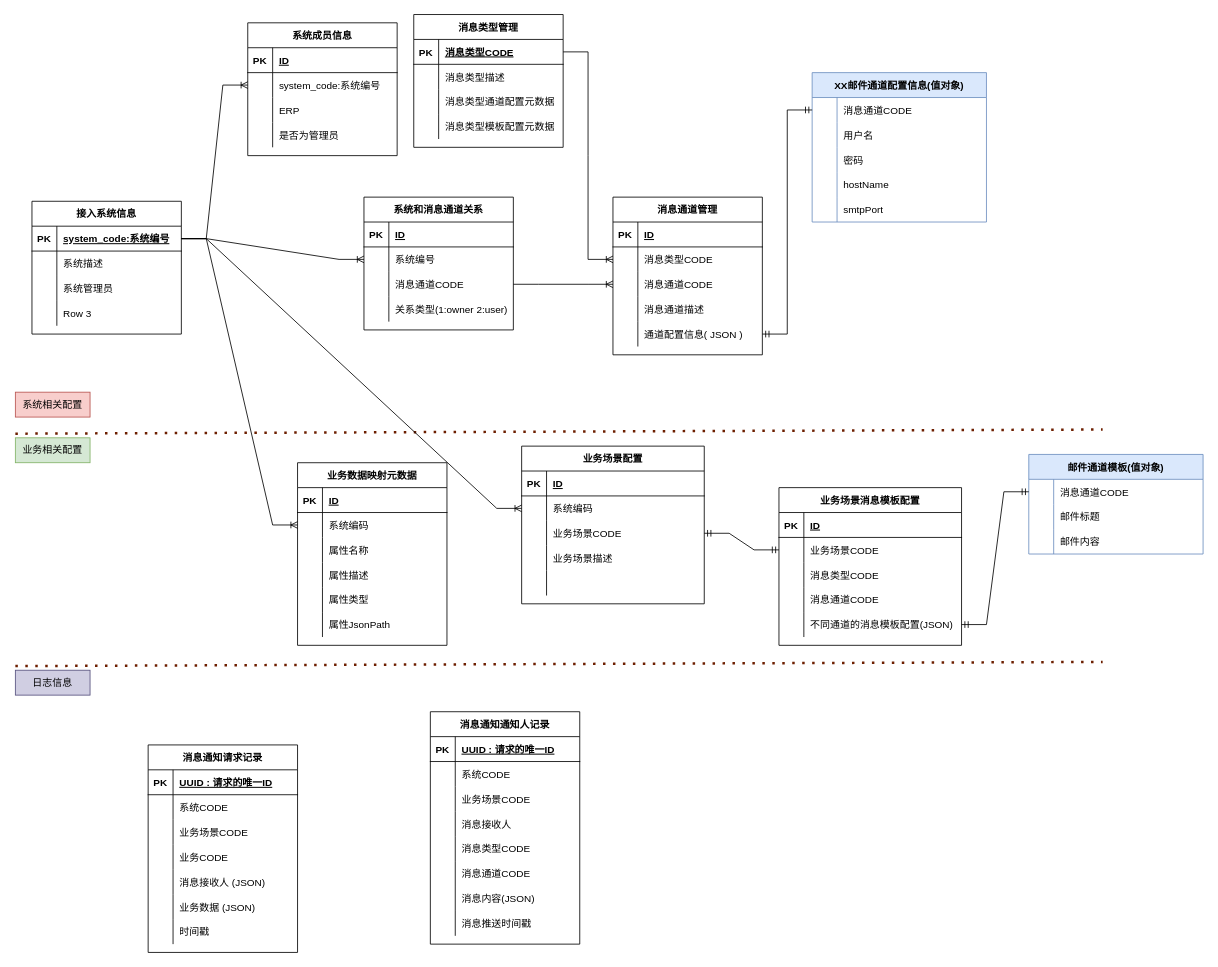
The draw.io diagram page "数据ER" (2 of 6) of 聚合消息通知平台.drawio in shixw/drawio-depository, before the edit. Source tidied: cells renumbered, new cells numbered last; positions are measured from the earlier drawing's top-left corner, leaving out a move shared by most shapes. Both pictures are drawn from the tidied source at 83%, with x=0, y=0 at pixel (15, 14).
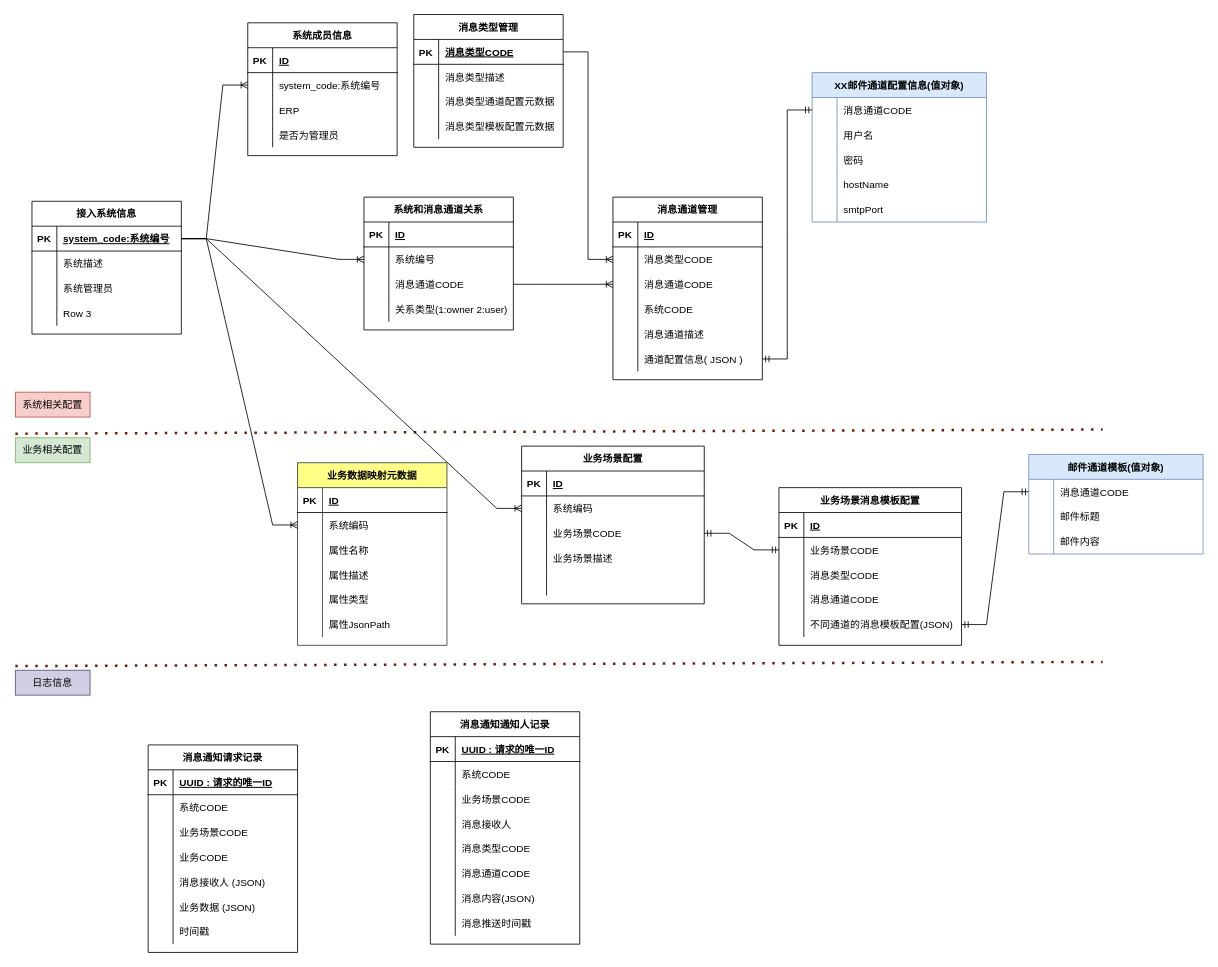
The same diagram, later.

The edit, as a diff of the source:
```diff
@@
     <mxCell id="31" value="消息通道管理" style="shape=table;startSize=30;childLayout=tableLayout;rowLines=0;fontStyle=1;align=center;" parent="1" vertex="1">
-      <mxGeometry x="720" y="220" width="180" height="190" as="geometry" />
+      <mxGeometry x="720" y="220" width="180" height="220" as="geometry" />
     </mxCell>
@@
+    <mxCell id="208" style="shape=tableRow;horizontal=0;startSize=0;swimlaneHead=0;swimlaneBody=0;fillColor=none;top=0;left=0;right=0;bottom=0;" parent="31" vertex="1">
+      <mxGeometry y="120" width="180" height="30" as="geometry" />
+    </mxCell>
+    <mxCell id="209" style="shape=partialRectangle;fillColor=none;top=0;left=0;bottom=0;right=0;overflow=hidden;" parent="208" vertex="1">
+      <mxGeometry width="30" height="30" as="geometry" />
+    </mxCell>
+    <mxCell id="210" value="系统CODE" style="shape=partialRectangle;fillColor=none;top=0;left=0;bottom=0;right=0;align=left;spacingLeft=6;overflow=hidden;" parent="208" vertex="1">
+      <mxGeometry x="30" width="150" height="30" as="geometry" />
+    </mxCell>
     <mxCell id="41" style="shape=tableRow;horizontal=0;startSize=0;swimlaneHead=0;swimlaneBody=0;fillColor=none;top=0;left=0;right=0;bottom=0;" parent="31" vertex="1">
-      <mxGeometry y="120" width="180" height="30" as="geometry" />
+      <mxGeometry y="150" width="180" height="30" as="geometry" />
     </mxCell>
@@
     <mxCell id="44" style="shape=tableRow;horizontal=0;startSize=0;swimlaneHead=0;swimlaneBody=0;fillColor=none;points=[[0,0.5],[1,0.5]];portConstraint=eastwest;top=0;left=0;right=0;bottom=0;" parent="31" vertex="1">
-      <mxGeometry y="150" width="180" height="30" as="geometry" />
+      <mxGeometry y="180" width="180" height="30" as="geometry" />
     </mxCell>
@@
-    <mxCell id="97" value="业务数据映射元数据" style="shape=table;startSize=30;childLayout=tableLayout;rowLines=0;fontStyle=1;align=center;" parent="1" vertex="1">
+    <mxCell id="97" value="业务数据映射元数据" style="shape=table;startSize=30;childLayout=tableLayout;rowLines=0;fontStyle=1;align=center;fillColor=#ffff88;strokeColor=#36393d;" parent="1" vertex="1">
       <mxGeometry x="340" y="540" width="180" height="220" as="geometry" />
     </mxCell>
```
